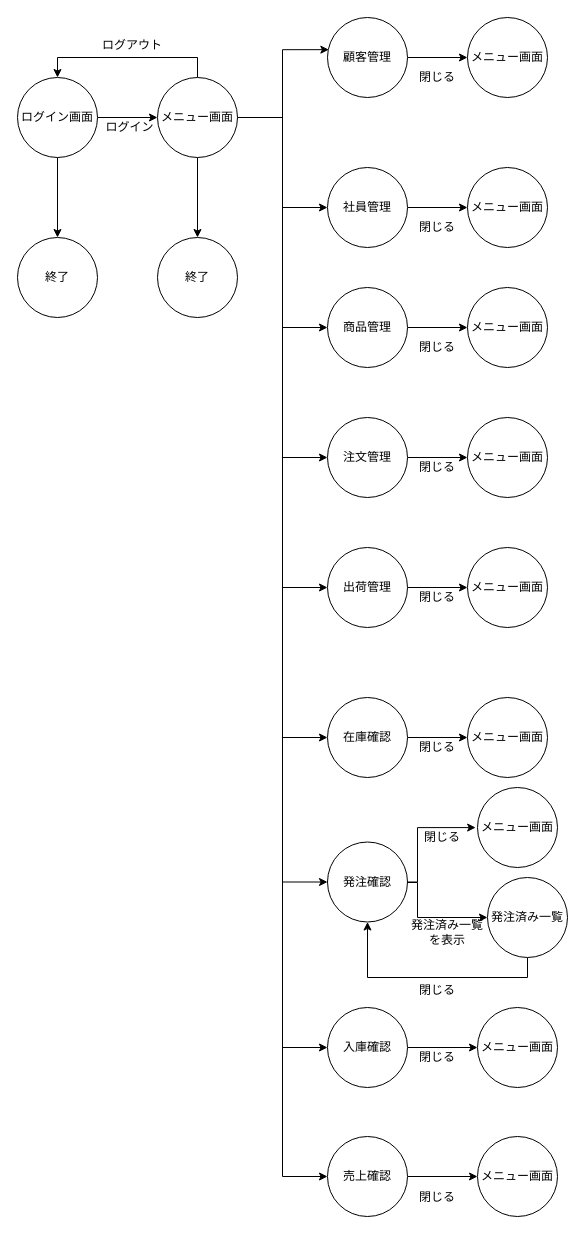
This is 提出ドキュメント/画面遷移図.drawio from Yamanin3/system-devel, a draw.io file, before an edit. Source tidied: cells renumbered, new cells numbered last; positions are measured from the earlier drawing's top-left corner, leaving out a move shared by most shapes. Both pictures are drawn from the tidied source at 100%, with x=0, y=0 at pixel (17, 17).
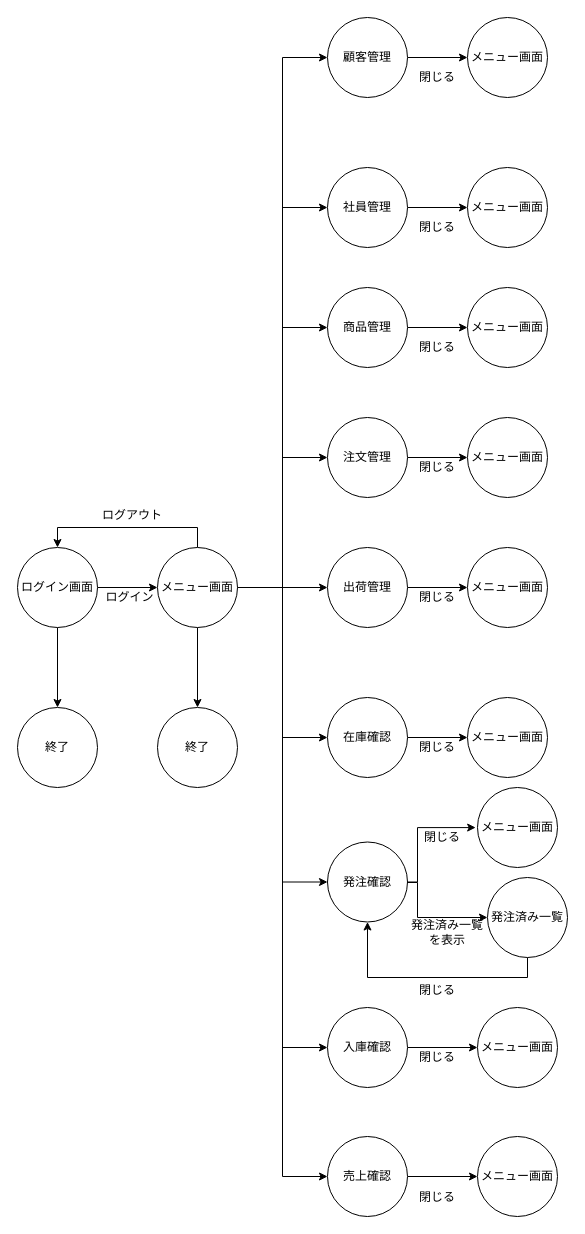
The same page after the edit.

Commit message (it also covers changes not shown here):
プレゼン資料ほぼ完成

The change refers to these unchanged cells:
```xml
<mxCell id="19" value="顧客管理" style="ellipse;whiteSpace=wrap;html=1;" parent="1" vertex="1">
  <mxGeometry x="310" width="80" height="80" as="geometry" />
</mxCell>
```

What changed in the source:
```diff
@@
     <mxCell id="4" value="ログイン画面" style="ellipse;whiteSpace=wrap;html=1;" parent="1" vertex="1">
-      <mxGeometry y="60" width="80" height="80" as="geometry" />
+      <mxGeometry y="530" width="80" height="80" as="geometry" />
     </mxCell>
-    <mxCell id="5" style="edgeStyle=orthogonalEdgeStyle;rounded=0;jettySize=auto;html=1;entryX=0.017;entryY=0.402;entryDx=0;entryDy=0;entryPerimeter=0;" parent="1" edge="1" source="16" target="19">
-      <mxGeometry relative="1" as="geometry" />
+    <mxCell id="5" style="edgeStyle=orthogonalEdgeStyle;rounded=0;jettySize=auto;html=1;entryX=0;entryY=0.5;entryDx=0;entryDy=0;" parent="1" edge="1" target="19">
+      <mxGeometry relative="1" as="geometry">
+        <mxPoint x="224" y="570" as="sourcePoint" />
+        <Array as="points">
+          <mxPoint x="265" y="570" />
+          <mxPoint x="265" y="40" />
+        </Array>
+      </mxGeometry>
     </mxCell>
@@
     <mxCell id="15" style="edgeStyle=orthogonalEdgeStyle;rounded=0;jettySize=auto;html=1;entryX=0.5;entryY=0;entryDx=0;entryDy=0;entryPerimeter=0;" parent="1" edge="1" source="16" target="4">
       <mxGeometry relative="1" as="geometry">
         <Array as="points">
-          <mxPoint x="180" y="40" />
-          <mxPoint x="40" y="40" />
+          <mxPoint x="180" y="510" />
+          <mxPoint x="40" y="510" />
         </Array>
       </mxGeometry>
     </mxCell>
     <mxCell id="16" value="メニュー画面" style="ellipse;whiteSpace=wrap;html=1;" parent="1" vertex="1">
-      <mxGeometry x="140" y="60" width="80" height="80" as="geometry" />
+      <mxGeometry x="140" y="530" width="80" height="80" as="geometry" />
     </mxCell>
     <mxCell id="17" value="終了" style="ellipse;whiteSpace=wrap;html=1;" parent="1" vertex="1">
-      <mxGeometry x="140" y="220" width="80" height="80" as="geometry" />
+      <mxGeometry x="140" y="690" width="80" height="80" as="geometry" />
     </mxCell>
@@
     <mxCell id="55" value="終了" style="ellipse;whiteSpace=wrap;html=1;" parent="1" vertex="1">
-      <mxGeometry y="220" width="80" height="80" as="geometry" />
+      <mxGeometry y="690" width="80" height="80" as="geometry" />
     </mxCell>
     <mxCell id="56" value="ログアウト" style="text;html=1;strokeColor=none;fillColor=none;align=center;verticalAlign=middle;whiteSpace=wrap;rounded=0;" parent="1" vertex="1">
-      <mxGeometry x="80" y="15" width="70" height="25" as="geometry" />
+      <mxGeometry x="80" y="485" width="70" height="25" as="geometry" />
     </mxCell>
@@
     <mxCell id="58" value="ログイン" style="text;html=1;strokeColor=none;fillColor=none;align=center;verticalAlign=middle;whiteSpace=wrap;rounded=0;" parent="1" vertex="1">
-      <mxGeometry x="80" y="100" width="65" height="20" as="geometry" />
+      <mxGeometry x="80" y="570" width="65" height="20" as="geometry" />
     </mxCell>
```
